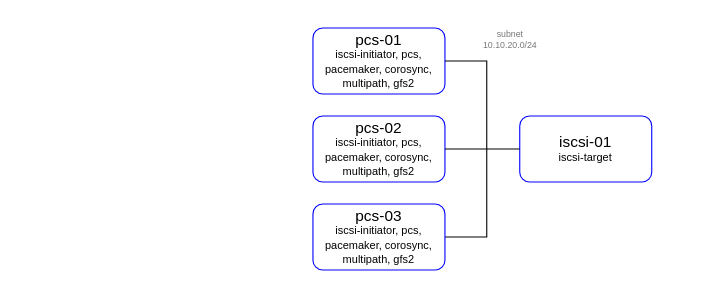
Earlier version of the draw.io diagram pics/infra.drawio (SergSha/lab-04). Source tidied: cells renumbered, new cells numbered last; positions are measured from the earlier drawing's top-left corner, leaving out a move shared by most shapes. Both pictures are drawn from the tidied source at 110%, with x=0, y=0 at pixel (312, 28).
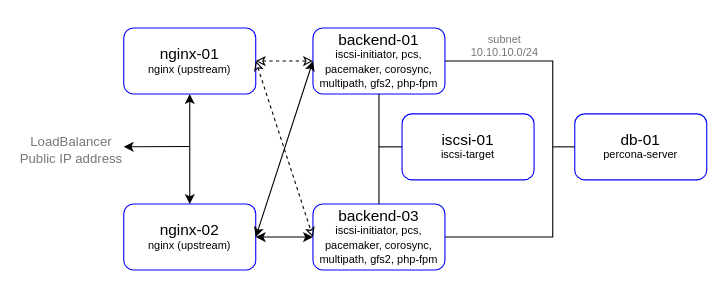
After the change.

The edit, as a diff of the source:
```diff
@@
-    <mxCell id="2" value="&lt;p style=&quot;line-height: 100%&quot;&gt;&lt;font&gt;&lt;span style=&quot;font-size: 14px&quot;&gt;iscsi-01&lt;br&gt;&lt;/span&gt;&lt;/font&gt;&lt;span style=&quot;font-size: 10px&quot;&gt;iscsi-target&lt;/span&gt;&lt;br&gt;&lt;/p&gt;" style="rounded=1;whiteSpace=wrap;html=1;strokeColor=#0000FF;" parent="1" vertex="1">
-      <mxGeometry x="188" y="80" width="120" height="60" as="geometry" />
+    <mxCell id="2" value="&lt;p style=&quot;line-height: 100%&quot;&gt;&lt;font&gt;&lt;span style=&quot;font-size: 14px&quot;&gt;db-01&lt;br&gt;&lt;/span&gt;&lt;/font&gt;&lt;span style=&quot;font-size: 10px&quot;&gt;percona-server&lt;/span&gt;&lt;br&gt;&lt;/p&gt;" style="rounded=1;whiteSpace=wrap;html=1;strokeColor=#0000FF;" parent="1" vertex="1">
+      <mxGeometry x="238" y="78" width="120" height="60" as="geometry" />
     </mxCell>
-    <mxCell id="3" value="&lt;p style=&quot;line-height: 100%&quot;&gt;&lt;span style=&quot;font-size: 14px&quot;&gt;pcs-01&lt;/span&gt;&lt;br&gt;&lt;span style=&quot;font-size: 10px&quot;&gt;iscsi-initiator, pcs, pacemaker, corosync, multipath, gfs2&lt;/span&gt;&lt;br&gt;&lt;/p&gt;" style="rounded=1;whiteSpace=wrap;html=1;strokeColor=#0000FF;" parent="1" vertex="1">
+    <mxCell id="3" value="&lt;p style=&quot;line-height: 100%&quot;&gt;&lt;span style=&quot;font-size: 14px&quot;&gt;backend-01&lt;/span&gt;&lt;br&gt;&lt;span style=&quot;font-size: 10px&quot;&gt;iscsi-initiator, pcs, pacemaker, corosync, multipath, gfs2, php-fpm&lt;/span&gt;&lt;br&gt;&lt;/p&gt;" style="rounded=1;whiteSpace=wrap;html=1;strokeColor=#0000FF;" parent="1" vertex="1">
       <mxGeometry width="120" height="60" as="geometry" />
     </mxCell>
-    <mxCell id="4" value="&lt;p style=&quot;line-height: 100%&quot;&gt;&lt;span style=&quot;font-size: 14px&quot;&gt;pcs-02&lt;/span&gt;&lt;br&gt;&lt;span style=&quot;font-size: 10px&quot;&gt;iscsi-initiator, pcs, pacemaker, corosync, multipath, gfs2&lt;/span&gt;&lt;br&gt;&lt;/p&gt;" style="rounded=1;whiteSpace=wrap;html=1;strokeColor=#0000FF;" parent="1" vertex="1">
-      <mxGeometry y="80" width="120" height="60" as="geometry" />
+    <mxCell id="4" value="&lt;p style=&quot;line-height: 100%&quot;&gt;&lt;span style=&quot;font-size: 14px&quot;&gt;nginx-01&lt;/span&gt;&lt;br&gt;&lt;span style=&quot;font-size: 10px&quot;&gt;nginx (upstream)&lt;/span&gt;&lt;br&gt;&lt;/p&gt;" style="rounded=1;whiteSpace=wrap;html=1;strokeColor=#0000FF;" parent="1" vertex="1">
+      <mxGeometry x="-172" width="120" height="60" as="geometry" />
     </mxCell>
-    <mxCell id="5" style="endArrow=none;html=1;rounded=0;entryX=1;entryY=0.5;entryDx=0;entryDy=0;exitX=0;exitY=0.5;exitDx=0;exitDy=0;" parent="1" edge="1" source="2" target="4">
-      <mxGeometry relative="1" as="geometry" />
+    <mxCell id="5" style="endArrow=none;html=1;rounded=0;exitX=0;exitY=0.5;exitDx=0;exitDy=0;" parent="1" edge="1" source="2">
+      <mxGeometry relative="1" as="geometry">
+        <mxPoint x="218" y="108" as="targetPoint" />
+      </mxGeometry>
     </mxCell>
     <mxCell id="6" style="endArrow=none;html=1;rounded=0;exitX=1;exitY=0.5;exitDx=0;exitDy=0;" parent="1" edge="1" source="8">
       <mxGeometry relative="1" as="geometry">
-        <mxPoint x="158" y="110" as="targetPoint" />
+        <mxPoint x="218" y="110" as="targetPoint" />
         <Array as="points">
-          <mxPoint x="158" y="190" />
+          <mxPoint x="218" y="190" />
         </Array>
       </mxGeometry>
     </mxCell>
     <mxCell id="7" style="endArrow=none;html=1;rounded=0;entryX=1;entryY=0.5;entryDx=0;entryDy=0;" parent="1" edge="1" target="3">
       <mxGeometry relative="1" as="geometry">
-        <mxPoint x="158" y="110" as="sourcePoint" />
+        <mxPoint x="218" y="110" as="sourcePoint" />
         <Array as="points">
-          <mxPoint x="158" y="30" />
+          <mxPoint x="218" y="30" />
         </Array>
       </mxGeometry>
     </mxCell>
-    <mxCell id="8" value="&lt;p style=&quot;line-height: 100%&quot;&gt;&lt;span style=&quot;font-size: 14px&quot;&gt;pcs-03&lt;/span&gt;&lt;br&gt;&lt;span style=&quot;font-size: 10px&quot;&gt;iscsi-initiator, pcs, pacemaker, corosync, multipath, gfs2&lt;/span&gt;&lt;br&gt;&lt;/p&gt;" style="rounded=1;whiteSpace=wrap;html=1;strokeColor=#0000FF;" parent="1" vertex="1">
+    <mxCell id="8" value="&lt;p style=&quot;line-height: 100%&quot;&gt;&lt;span style=&quot;font-size: 14px&quot;&gt;backend-03&lt;/span&gt;&lt;br&gt;&lt;span style=&quot;font-size: 10px&quot;&gt;iscsi-initiator, pcs, pacemaker, corosync, multipath, gfs2, php-fpm&lt;/span&gt;&lt;br&gt;&lt;/p&gt;" style="rounded=1;whiteSpace=wrap;html=1;strokeColor=#0000FF;" parent="1" vertex="1">
       <mxGeometry y="160" width="120" height="60" as="geometry" />
     </mxCell>
-    <mxCell id="9" value="subnet&lt;br&gt;10.10.20.0/24" style="edgeLabel;html=1;align=center;verticalAlign=middle;fontSize=8;fontColor=#777777;" parent="1" vertex="1">
-      <mxGeometry x="178" y="10" as="geometry" />
+    <mxCell id="9" value="&lt;font style=&quot;font-size: 10px&quot;&gt;subnet&lt;br&gt;10.10.10.0/24&lt;/font&gt;" style="edgeLabel;html=1;align=center;verticalAlign=middle;fontSize=8;fontColor=#777777;" parent="1" vertex="1">
+      <mxGeometry x="178" y="17" as="geometry">
+        <mxPoint x="-5" y="-2" as="offset" />
+      </mxGeometry>
     </mxCell>
+    <mxCell id="10" value="&lt;p style=&quot;line-height: 100%&quot;&gt;&lt;span style=&quot;font-size: 14px&quot;&gt;nginx-02&lt;/span&gt;&lt;br&gt;&lt;span style=&quot;font-size: 10px&quot;&gt;nginx (upstream)&lt;/span&gt;&lt;br&gt;&lt;/p&gt;" style="rounded=1;whiteSpace=wrap;html=1;strokeColor=#0000FF;" parent="1" vertex="1">
+      <mxGeometry x="-172" y="160" width="120" height="60" as="geometry" />
+    </mxCell>
+    <mxCell id="11" style="endArrow=classic;startArrow=classic;html=1;exitX=0.5;exitY=0;exitDx=0;exitDy=0;entryX=0.5;entryY=1;entryDx=0;entryDy=0;" parent="1" edge="1" source="10" target="4">
+      <mxGeometry relative="1" as="geometry" />
+    </mxCell>
+    <mxCell id="12" style="endArrow=none;html=1;startArrow=classic;startFill=1;" parent="1" edge="1">
+      <mxGeometry relative="1" as="geometry">
+        <mxPoint x="-172" y="108" as="sourcePoint" />
+        <mxPoint x="-112" y="107.7" as="targetPoint" />
+      </mxGeometry>
+    </mxCell>
+    <mxCell id="13" style="endArrow=classic;startArrow=classic;html=1;exitX=1;exitY=0.5;exitDx=0;exitDy=0;entryX=0;entryY=0.5;entryDx=0;entryDy=0;" parent="1" edge="1" source="10" target="8">
+      <mxGeometry relative="1" as="geometry" />
+    </mxCell>
+    <mxCell id="14" style="endArrow=classic;startArrow=classic;html=1;entryX=0;entryY=0.5;entryDx=0;entryDy=0;rounded=1;exitX=1;exitY=0.5;exitDx=0;exitDy=0;" parent="1" edge="1" source="10" target="3">
+      <mxGeometry relative="1" as="geometry" />
+    </mxCell>
+    <mxCell id="15" style="endArrow=classic;dashed=1;html=1;exitX=1;exitY=0.5;exitDx=0;exitDy=0;entryX=0;entryY=0.5;entryDx=0;entryDy=0;startArrow=classic;startFill=0;endFill=0;" parent="1" edge="1" source="4" target="3">
+      <mxGeometry relative="1" as="geometry" />
+    </mxCell>
+    <mxCell id="16" style="endArrow=classic;dashed=1;html=1;exitX=1;exitY=0.5;exitDx=0;exitDy=0;entryX=0;entryY=0.5;entryDx=0;entryDy=0;startArrow=classic;startFill=0;endFill=0;" parent="1" edge="1" source="4" target="8">
+      <mxGeometry relative="1" as="geometry" />
+    </mxCell>
+    <mxCell id="17" value="&lt;p style=&quot;line-height: 100%&quot;&gt;&lt;span style=&quot;font-size: 14px&quot;&gt;iscsi-01&lt;/span&gt;&lt;br&gt;&lt;span style=&quot;font-size: 10px&quot;&gt;iscsi-target&lt;/span&gt;&lt;br&gt;&lt;/p&gt;" style="rounded=1;whiteSpace=wrap;html=1;strokeColor=#0000FF;" parent="1" vertex="1">
+      <mxGeometry x="81" y="78" width="120" height="60" as="geometry" />
+    </mxCell>
+    <mxCell id="18" style="endArrow=none;html=1;strokeColor=#000000;exitX=0.5;exitY=0;exitDx=0;exitDy=0;entryX=0.5;entryY=1;entryDx=0;entryDy=0;" parent="1" edge="1" source="8" target="3">
+      <mxGeometry relative="1" as="geometry" />
+    </mxCell>
+    <mxCell id="19" style="endArrow=none;html=1;strokeColor=#000000;entryX=0;entryY=0.5;entryDx=0;entryDy=0;" parent="1" edge="1" target="17">
+      <mxGeometry relative="1" as="geometry">
+        <mxPoint x="60" y="108" as="sourcePoint" />
+      </mxGeometry>
+    </mxCell>
+    <mxCell id="20" value="&lt;font style=&quot;font-size: 12px&quot;&gt;LoadBalancer&lt;br&gt;Public IP address&lt;/font&gt;" style="edgeLabel;html=1;align=center;verticalAlign=middle;fontSize=8;fontColor=#777777;" parent="1" vertex="1">
+      <mxGeometry x="-220" y="108" as="geometry">
+        <mxPoint x="-1" y="2" as="offset" />
+      </mxGeometry>
+    </mxCell>
```
